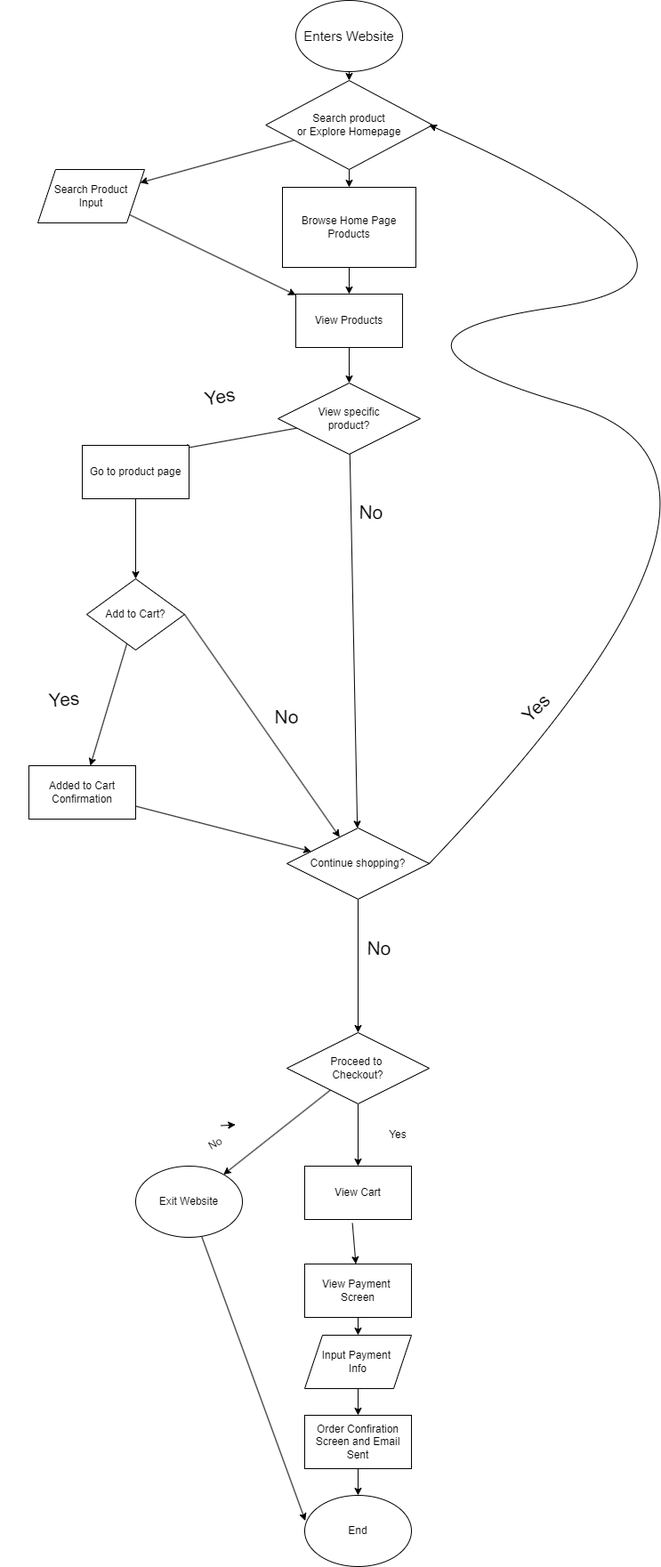
The draw.io diagram explore/diagramming/diagram.drawio.png in InvertedVoice/sp25-cse110-lab4, before a commit. Source tidied: cells renumbered, new cells last; positions are measured from the earlier drawing's top-left corner, leaving out a move shared by most shapes.
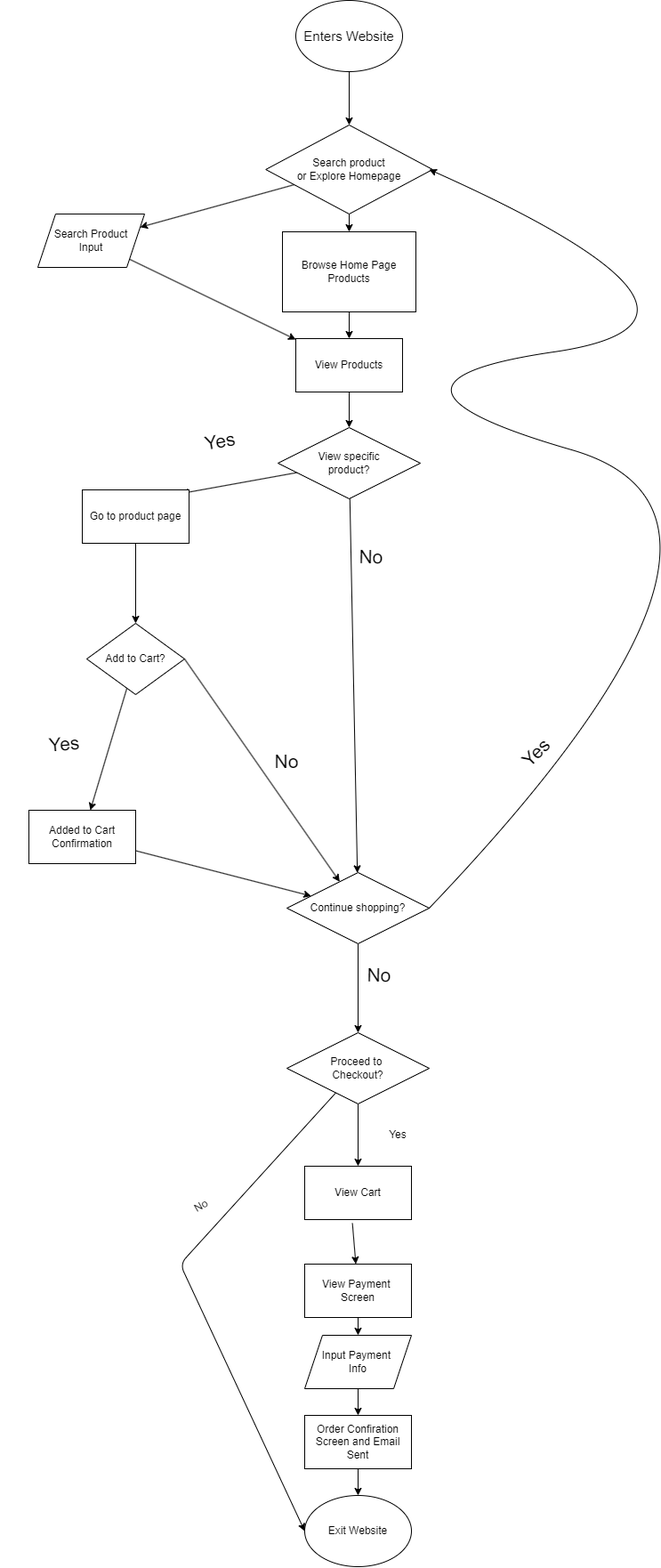
After the commit.

Commit message:
for some reason the changes are not showing

Change to the diagram source:
```diff
@@ -6,7 +6,7 @@
       <mxGeometry relative="1" as="geometry" />
     </mxCell>
     <mxCell id="3" value="&lt;font style=&quot;font-size: 15px;&quot;&gt;Enters Website&lt;/font&gt;" style="ellipse;whiteSpace=wrap;html=1;" parent="1" vertex="1">
-      <mxGeometry x="330" width="120" height="80" as="geometry" />
+      <mxGeometry x="330" y="-50" width="120" height="80" as="geometry" />
     </mxCell>
     <mxCell id="4" style="edgeStyle=none;html=1;" parent="1" edge="1" source="6" target="8">
       <mxGeometry relative="1" as="geometry" />
@@ -35,48 +35,46 @@
     <mxCell id="12" value="View Products" style="rounded=0;whiteSpace=wrap;html=1;" parent="1" vertex="1">
       <mxGeometry x="330" y="330" width="120" height="60" as="geometry" />
     </mxCell>
-    <mxCell id="13" value="End" style="ellipse;whiteSpace=wrap;html=1;" parent="1" vertex="1">
-      <mxGeometry x="340" y="1680" width="120" height="80" as="geometry" />
+    <mxCell id="13" value="Exit Website" style="ellipse;whiteSpace=wrap;html=1;" parent="1" vertex="1">
+      <mxGeometry x="340" y="1630" width="120" height="80" as="geometry" />
     </mxCell>
     <mxCell id="14" style="edgeStyle=none;html=1;" parent="1" edge="1" source="15" target="13">
       <mxGeometry relative="1" as="geometry" />
     </mxCell>
     <mxCell id="15" value="Order Confiration Screen and Email Sent" style="rounded=0;whiteSpace=wrap;html=1;" parent="1" vertex="1">
-      <mxGeometry x="340" y="1590" width="120" height="60" as="geometry" />
+      <mxGeometry x="340" y="1540" width="120" height="60" as="geometry" />
     </mxCell>
     <mxCell id="16" style="edgeStyle=none;html=1;" parent="1" edge="1" source="17" target="15">
       <mxGeometry relative="1" as="geometry" />
     </mxCell>
     <mxCell id="17" value="Input Payment&amp;nbsp;&lt;div&gt;Info&lt;/div&gt;" style="shape=parallelogram;perimeter=parallelogramPerimeter;whiteSpace=wrap;html=1;fixedSize=1;" parent="1" vertex="1">
-      <mxGeometry x="340" y="1500" width="120" height="60" as="geometry" />
+      <mxGeometry x="340" y="1450" width="120" height="60" as="geometry" />
     </mxCell>
     <mxCell id="18" style="edgeStyle=none;html=1;" parent="1" edge="1" source="19" target="17">
       <mxGeometry relative="1" as="geometry" />
     </mxCell>
     <mxCell id="19" value="View Payment&amp;nbsp;&lt;div&gt;Screen&lt;/div&gt;" style="rounded=0;whiteSpace=wrap;html=1;" parent="1" vertex="1">
-      <mxGeometry x="340" y="1420" width="120" height="60" as="geometry" />
+      <mxGeometry x="340" y="1370" width="120" height="60" as="geometry" />
     </mxCell>
     <mxCell id="20" style="edgeStyle=none;html=1;exitX=0.447;exitY=1.069;exitDx=0;exitDy=0;exitPerimeter=0;" parent="1" edge="1" source="21" target="19">
       <mxGeometry relative="1" as="geometry" />
     </mxCell>
     <mxCell id="21" value="View Cart" style="rounded=0;whiteSpace=wrap;html=1;" parent="1" vertex="1">
-      <mxGeometry x="340" y="1310" width="120" height="60" as="geometry" />
+      <mxGeometry x="340" y="1260" width="120" height="60" as="geometry" />
     </mxCell>
-    <mxCell id="22" style="edgeStyle=none;html=1;" parent="1" edge="1" source="24" target="26">
-      <mxGeometry relative="1" as="geometry" />
+    <mxCell id="22" style="edgeStyle=none;html=1;entryX=0;entryY=0.5;entryDx=0;entryDy=0;" parent="1" edge="1" source="24" target="13">
+      <mxGeometry relative="1" as="geometry">
+        <Array as="points">
+          <mxPoint x="200" y="1370" />
+        </Array>
+      </mxGeometry>
     </mxCell>
     <mxCell id="23" style="edgeStyle=none;html=1;" parent="1" edge="1" source="24" target="21">
       <mxGeometry relative="1" as="geometry" />
     </mxCell>
     <mxCell id="24" value="Proceed to&amp;nbsp;&lt;div&gt;Checkout?&lt;/div&gt;" style="rhombus;whiteSpace=wrap;html=1;" parent="1" vertex="1">
-      <mxGeometry x="320" y="1160" width="160" height="80" as="geometry" />
+      <mxGeometry x="320" y="1110" width="160" height="80" as="geometry" />
     </mxCell>
-    <mxCell id="25" style="edgeStyle=none;html=1;entryX=0.006;entryY=0.356;entryDx=0;entryDy=0;entryPerimeter=0;" parent="1" edge="1" source="26" target="13">
-      <mxGeometry relative="1" as="geometry" />
-    </mxCell>
-    <mxCell id="26" value="Exit Website" style="ellipse;whiteSpace=wrap;html=1;" parent="1" vertex="1">
-      <mxGeometry x="150" y="1310" width="120" height="80" as="geometry" />
-    </mxCell>
     <mxCell id="27" style="edgeStyle=none;html=1;entryX=0.928;entryY=0.067;entryDx=0;entryDy=0;entryPerimeter=0;" parent="1" edge="1" source="29" target="31">
       <mxGeometry relative="1" as="geometry" />
     </mxCell>
@@ -93,7 +91,7 @@
       <mxGeometry x="90" y="500" width="120" height="60" as="geometry" />
     </mxCell>
     <mxCell id="32" value="No" style="text;html=1;align=center;verticalAlign=middle;whiteSpace=wrap;rounded=0;rotation=-30;" parent="1" vertex="1">
-      <mxGeometry x="210" y="1270" width="60" height="30" as="geometry" />
+      <mxGeometry x="183.7" y="1280" width="80" height="50" as="geometry" />
     </mxCell>
     <mxCell id="33" style="edgeStyle=none;html=1;" parent="1" edge="1" source="34" target="24">
       <mxGeometry relative="1" as="geometry" />
@@ -102,7 +100,7 @@
       <mxGeometry x="320" y="930" width="160" height="80" as="geometry" />
     </mxCell>
     <mxCell id="35" value="Yes" style="text;html=1;align=center;verticalAlign=middle;whiteSpace=wrap;rounded=0;rotation=0;" parent="1" vertex="1">
-      <mxGeometry x="415" y="1260" width="60" height="30" as="geometry" />
+      <mxGeometry x="415" y="1210" width="60" height="30" as="geometry" />
     </mxCell>
     <mxCell id="36" style="curved=1;endArrow=classic;html=1;entryX=1;entryY=0.5;entryDx=0;entryDy=0;exitX=1;exitY=0.5;exitDx=0;exitDy=0;" parent="1" edge="1" source="34">
       <mxGeometry relative="1" as="geometry">
@@ -118,7 +116,7 @@
       <mxGeometry x="530" y="760" width="140" height="70" as="geometry" />
     </mxCell>
     <mxCell id="38" value="&lt;font style=&quot;font-size: 21px;&quot;&gt;No&lt;/font&gt;" style="text;html=1;align=center;verticalAlign=middle;whiteSpace=wrap;rounded=0;rotation=1;" parent="1" vertex="1">
-      <mxGeometry x="353.8" y="1030" width="140" height="70" as="geometry" />
+      <mxGeometry x="353.8" y="1010" width="140" height="70" as="geometry" />
     </mxCell>
     <mxCell id="39" style="edgeStyle=none;html=1;" parent="1" edge="1" source="40" target="44">
       <mxGeometry relative="1" as="geometry" />
@@ -147,8 +145,5 @@
     <mxCell id="47" value="&lt;font style=&quot;font-size: 21px;&quot;&gt;No&lt;/font&gt;" style="text;html=1;align=center;verticalAlign=middle;whiteSpace=wrap;rounded=0;rotation=0;" parent="1" vertex="1">
       <mxGeometry x="250" y="770" width="140" height="70" as="geometry" />
     </mxCell>
-    <mxCell id="48" style="edgeStyle=none;html=1;exitX=0.75;exitY=0;exitDx=0;exitDy=0;entryX=1;entryY=0.25;entryDx=0;entryDy=0;" parent="1" edge="1" source="32" target="32">
-      <mxGeometry relative="1" as="geometry" />
-    </mxCell>
   </root>
 </mxGraphModel>
```
